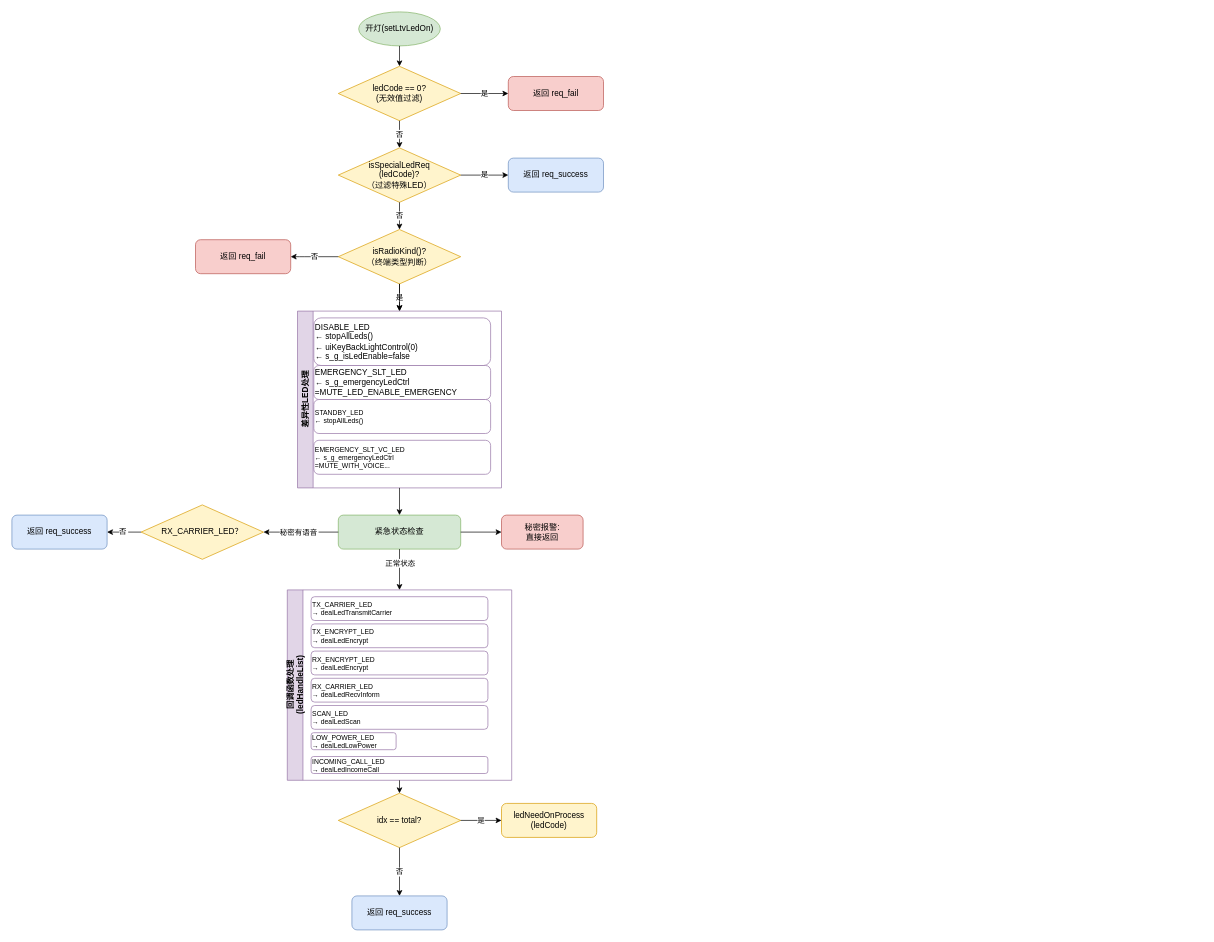
Before: page "LED" (8 of 8) of PDR.drawio in liyunhao2/technology, a draw.io diagram. Source tidied: cells renumbered, new cells numbered last; positions are measured from the earlier drawing's top-left corner, leaving out a move shared by most shapes. Both pictures are drawn from the tidied source at 68%, with x=0, y=0 at pixel (12, 12).
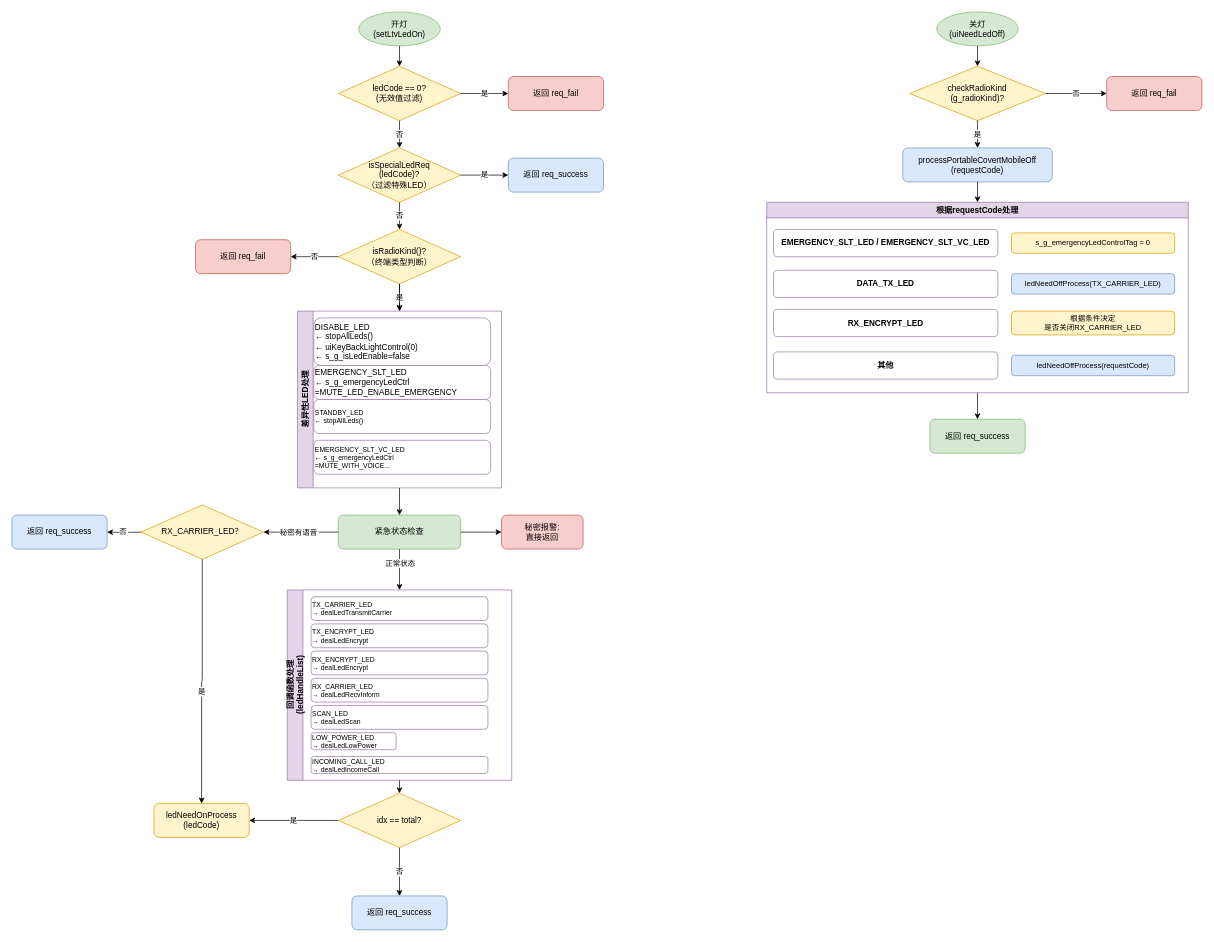
Above is the later version.

Unchanged cells that the change refers to:
```xml
<mxCell id="36" value="idx == total?" style="rhombus;whiteSpace=wrap;html=1;fillColor=#fff4cc;strokeColor=#d79b00;" parent="1" vertex="1">
  <mxGeometry x="480" y="1149" width="180" height="80" as="geometry" />
</mxCell>
<mxCell id="44" value="RX_CARRIER_LED？" style="rhombus;whiteSpace=wrap;html=1;fillColor=#fff4cc;strokeColor=#d79b00;" parent="1" vertex="1">
  <mxGeometry x="190" y="725" width="180" height="80" as="geometry" />
</mxCell>
<mxCell id="45" value="返回 req_success" style="rounded=1;whiteSpace=wrap;html=1;fillColor=#dae8fc;strokeColor=#6c8ebf;" parent="1" vertex="1">
  <mxGeometry y="740" width="140" height="50" as="geometry" />
</mxCell>
```

The edit, as a diff of the source:
```diff
@@
-    <mxCell id="2" value="开灯(setLtvLedOn)" style="ellipse;whiteSpace=wrap;html=1;fillColor=#d5e8d4;strokeColor=#82b366;" parent="1" vertex="1">
+    <mxCell id="2" value="开灯&lt;div&gt;(setLtvLedOn)&lt;/div&gt;" style="ellipse;whiteSpace=wrap;html=1;fillColor=#d5e8d4;strokeColor=#82b366;" parent="1" vertex="1">
       <mxGeometry x="510" width="120" height="50" as="geometry" />
     </mxCell>
@@
-    <mxCell id="38" value="是" style="edgeStyle=orthogonalEdgeStyle;endArrow=classic;html=1;exitX=1;exitY=0.5;entryX=0;entryY=0.5;exitDx=0;exitDy=0;" parent="1" edge="1" source="36" target="39">
+    <mxCell id="38" value="是" style="edgeStyle=orthogonalEdgeStyle;endArrow=classic;html=1;exitX=0;exitY=0.5;entryX=1;entryY=0.5;exitDx=0;exitDy=0;entryDx=0;entryDy=0;" parent="1" edge="1" source="36" target="39">
       <mxGeometry relative="1" as="geometry" />
     </mxCell>
     <mxCell id="39" value="ledNeedOnProcess&#10;(ledCode)" style="rounded=1;whiteSpace=wrap;html=1;fillColor=#fff4cc;strokeColor=#d79b00;" parent="1" vertex="1">
-      <mxGeometry x="720" y="1164" width="140" height="50" as="geometry" />
+      <mxGeometry x="209" y="1164" width="140" height="50" as="geometry" />
     </mxCell>
@@
-    <mxCell id="46" style="edgeStyle=orthogonalEdgeStyle;endArrow=classic;html=1;entryX=1;entryY=0.5;entryDx=0;entryDy=0;" parent="1" edge="1" source="44" target="45">
-      <mxGeometry relative="1" as="geometry" />
+    <mxCell id="46" style="edgeStyle=orthogonalEdgeStyle;endArrow=classic;html=1;entryX=1;entryY=0.5;entryDx=0;entryDy=0;" parent="1" edge="1" target="45">
+      <mxGeometry relative="1" as="geometry">
+        <mxPoint x="190" y="765" as="sourcePoint" />
+      </mxGeometry>
     </mxCell>
@@
+    <mxCell id="48" style="edgeStyle=orthogonalEdgeStyle;endArrow=classic;html=1;entryX=0.5;entryY=0;entryDx=0;entryDy=0;exitX=0.5;exitY=1;exitDx=0;exitDy=0;" parent="1" edge="1" source="44" target="39">
+      <mxGeometry relative="1" as="geometry" />
+    </mxCell>
+    <mxCell id="49" value="是" style="edgeLabel;align=center;verticalAlign=middle;" parent="48" vertex="1">
+      <mxGeometry x="0.06" y="-2" relative="1" as="geometry">
+        <mxPoint x="2" y="3" as="offset" />
+      </mxGeometry>
+    </mxCell>
+    <mxCell id="50" value="关灯&lt;div&gt;(uiNeedLedOff)&lt;/div&gt;" style="ellipse;whiteSpace=wrap;html=1;fillColor=#d5e8d4;strokeColor=#82b366;" parent="1" vertex="1">
+      <mxGeometry x="1360" width="120" height="50" as="geometry" />
+    </mxCell>
+    <mxCell id="51" style="edgeStyle=orthogonalEdgeStyle;endArrow=classic;html=1;exitX=0.5;exitY=1;entryX=0.5;entryY=0;" parent="1" edge="1" source="50" target="52">
+      <mxGeometry relative="1" as="geometry" />
+    </mxCell>
+    <mxCell id="52" value="checkRadioKind&#10;(g_radioKind)?" style="rhombus;whiteSpace=wrap;html=1;fillColor=#fff4cc;strokeColor=#d79b00;" parent="1" vertex="1">
+      <mxGeometry x="1320" y="80" width="200" height="80" as="geometry" />
+    </mxCell>
+    <mxCell id="53" value="否" style="edgeStyle=orthogonalEdgeStyle;endArrow=classic;html=1;entryX=0;entryY=0.5;entryDx=0;entryDy=0;" parent="1" edge="1" source="52" target="54">
+      <mxGeometry relative="1" as="geometry" />
+    </mxCell>
+    <mxCell id="54" value="返回 req_fail" style="rounded=1;whiteSpace=wrap;html=1;fillColor=#f8cecc;strokeColor=#b85450;" parent="1" vertex="1">
+      <mxGeometry x="1610" y="95" width="140" height="50" as="geometry" />
+    </mxCell>
+    <mxCell id="55" value="是" style="edgeStyle=orthogonalEdgeStyle;endArrow=classic;html=1;exitX=0.5;exitY=1;entryX=0.5;entryY=0;" parent="1" edge="1" source="52" target="56">
+      <mxGeometry relative="1" as="geometry" />
+    </mxCell>
+    <mxCell id="56" value="processPortableCovertMobileOff&#10;(requestCode)" style="rounded=1;whiteSpace=wrap;html=1;fillColor=#dae8fc;strokeColor=#6c8ebf;" parent="1" vertex="1">
+      <mxGeometry x="1310" y="200" width="220" height="50" as="geometry" />
+    </mxCell>
+    <mxCell id="57" style="edgeStyle=orthogonalEdgeStyle;endArrow=classic;html=1;exitX=0.5;exitY=1;entryX=0.5;entryY=0;" parent="1" edge="1" source="56" target="58">
+      <mxGeometry relative="1" as="geometry" />
+    </mxCell>
+    <mxCell id="58" value="根据requestCode处理" style="swimlane;whiteSpace=wrap;html=1;fillColor=#e1d5e7;strokeColor=#9673a6;" parent="1" vertex="1">
+      <mxGeometry x="1110" y="280" width="620" height="280" as="geometry" />
+    </mxCell>
+    <mxCell id="59" value="EMERGENCY_SLT_LED / EMERGENCY_SLT_VC_LED" style="rounded=1;whiteSpace=wrap;html=1;fillColor=#ffffff;strokeColor=#9673a6;fontStyle=1;" parent="58" vertex="1">
+      <mxGeometry x="10" y="40" width="330" height="40" as="geometry" />
+    </mxCell>
+    <mxCell id="60" value="s_g_emergencyLedControlTag = 0" style="rounded=1;whiteSpace=wrap;html=1;fillColor=#fff4cc;strokeColor=#d79b00;fontSize=11;" parent="58" vertex="1">
+      <mxGeometry x="360" y="45" width="240" height="30" as="geometry" />
+    </mxCell>
+    <mxCell id="61" value="DATA_TX_LED" style="rounded=1;whiteSpace=wrap;html=1;fillColor=#ffffff;strokeColor=#9673a6;fontStyle=1;" parent="58" vertex="1">
+      <mxGeometry x="10" y="100" width="330" height="40" as="geometry" />
+    </mxCell>
+    <mxCell id="62" value="ledNeedOffProcess(TX_CARRIER_LED)" style="rounded=1;whiteSpace=wrap;html=1;fillColor=#dae8fc;strokeColor=#6c8ebf;fontSize=11;" parent="58" vertex="1">
+      <mxGeometry x="360" y="105" width="240" height="30" as="geometry" />
+    </mxCell>
+    <mxCell id="63" value="RX_ENCRYPT_LED" style="rounded=1;whiteSpace=wrap;html=1;fillColor=#ffffff;strokeColor=#9673a6;fontStyle=1;" parent="58" vertex="1">
+      <mxGeometry x="10" y="157.5" width="330" height="40" as="geometry" />
+    </mxCell>
+    <mxCell id="64" value="根据条件决定&#10;是否关闭RX_CARRIER_LED" style="rounded=1;whiteSpace=wrap;html=1;fillColor=#fff4cc;strokeColor=#d79b00;fontSize=11;" parent="58" vertex="1">
+      <mxGeometry x="360" y="160" width="240" height="35" as="geometry" />
+    </mxCell>
+    <mxCell id="65" value="其他" style="rounded=1;whiteSpace=wrap;html=1;fillColor=#ffffff;strokeColor=#9673a6;fontStyle=1;" parent="58" vertex="1">
+      <mxGeometry x="10" y="220" width="330" height="40" as="geometry" />
+    </mxCell>
+    <mxCell id="66" value="ledNeedOffProcess(requestCode)" style="rounded=1;whiteSpace=wrap;html=1;fillColor=#dae8fc;strokeColor=#6c8ebf;fontSize=11;" parent="58" vertex="1">
+      <mxGeometry x="360" y="225" width="240" height="30" as="geometry" />
+    </mxCell>
+    <mxCell id="67" value="返回 req_success" style="rounded=1;whiteSpace=wrap;html=1;fillColor=#d5e8d4;strokeColor=#82b366;" parent="1" vertex="1">
+      <mxGeometry x="1350" y="599" width="140" height="50" as="geometry" />
+    </mxCell>
+    <mxCell id="68" style="endArrow=classic;html=1;exitX=0.5;exitY=1;entryX=0.5;entryY=0;" parent="1" edge="1" source="58" target="67">
+      <mxGeometry relative="1" as="geometry" />
+    </mxCell>
```
